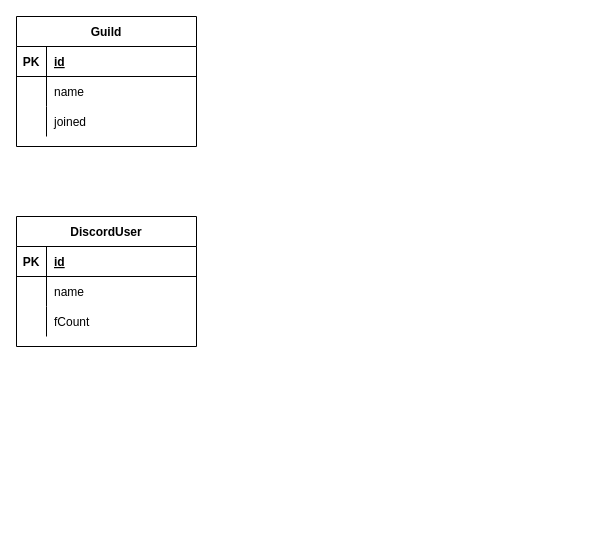
This is discord-f-db.drawio from iliwili/discord-f-bot, a draw.io file, before an edit. Source tidied: cells renumbered, new cells numbered last; positions are measured from the earlier drawing's top-left corner, leaving out a move shared by most shapes. Both pictures are drawn from the tidied source at 100%, with x=0, y=0 at pixel (16, 16).
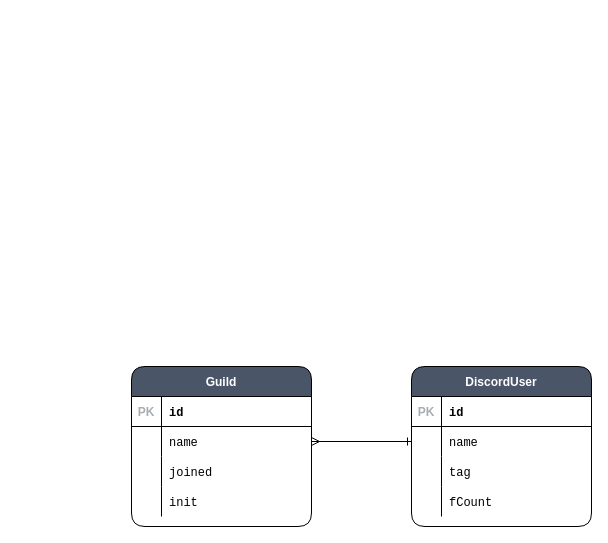
The same page after the edit.

Unchanged cells that the change refers to:
```xml
<mxCell id="3" style="shape=partialRectangle;fillColor=none;top=0;left=0;bottom=1;right=0;" parent="2" vertex="1">
  <mxGeometry y="30" width="180" height="30" as="geometry" />
</mxCell>
<mxCell id="6" style="shape=partialRectangle;fillColor=none;top=0;left=0;bottom=0;right=0;points=[[0,0.5],[1,0.5]];portConstraint=eastwest;" parent="2" vertex="1">
  <mxGeometry y="60" width="180" height="30" as="geometry" />
</mxCell>
<mxCell id="9" style="shape=partialRectangle;fillColor=none;top=0;left=0;bottom=0;right=0;" parent="2" vertex="1">
  <mxGeometry y="90" width="180" height="30" as="geometry" />
</mxCell>
<mxCell id="13" style="shape=partialRectangle;fillColor=none;top=0;left=0;bottom=1;right=0;" parent="12" vertex="1">
  <mxGeometry y="30" width="180" height="30" as="geometry" />
</mxCell>
<mxCell id="16" style="shape=partialRectangle;fillColor=none;top=0;left=0;bottom=0;right=0;points=[[0,0.5],[1,0.5]];portConstraint=eastwest;" parent="12" vertex="1">
  <mxGeometry y="60" width="180" height="30" as="geometry" />
</mxCell>
```

The edit, as a diff of the source:
```diff
@@
+    <mxCell id="22" style="edgeStyle=orthogonalEdgeStyle;rounded=0;jettySize=auto;html=1;exitX=1;exitY=0.5;exitDx=0;exitDy=0;endArrow=ERone;endFill=0;startArrow=ERmany;startFill=0;entryX=0;entryY=0.5;entryDx=0;entryDy=0;" parent="1" edge="1" source="6" target="16">
+      <mxGeometry relative="1" as="geometry" />
+    </mxCell>
-    <mxCell id="2" value="Guild" style="shape=table;startSize=30;childLayout=tableLayout;rowLines=0;fontStyle=1;align=center;" parent="1" vertex="1">
-      <mxGeometry width="180" height="130" as="geometry" />
+    <mxCell id="2" value="Guild" style="shape=table;startSize=30;childLayout=tableLayout;rowLines=0;fontStyle=1;align=center;rounded=1;fillColor=#4A5568;fontColor=#FFFFFF;shadow=0;strokeWidth=1;" parent="1" vertex="1">
+      <mxGeometry x="115" y="350" width="180" height="160" as="geometry" />
     </mxCell>
@@
-    <mxCell id="4" value="PK" style="shape=partialRectangle;fillColor=none;top=0;left=0;bottom=0;right=0;fontStyle=1;overflow=hidden;" parent="3" vertex="1">
+    <mxCell id="4" value="PK" style="shape=partialRectangle;fillColor=none;top=0;left=0;bottom=0;right=0;fontStyle=1;overflow=hidden;fontColor=#A8ADB3;" parent="3" vertex="1">
       <mxGeometry width="30" height="30" as="geometry" />
     </mxCell>
-    <mxCell id="5" value="id" style="shape=partialRectangle;fillColor=none;top=0;left=0;bottom=0;right=0;align=left;spacingLeft=6;fontStyle=5;overflow=hidden;" parent="3" vertex="1">
+    <mxCell id="5" value="id" style="shape=partialRectangle;fillColor=none;top=0;left=0;bottom=0;right=0;align=left;spacingLeft=6;fontStyle=1;overflow=hidden;fontFamily=Courier New;" parent="3" vertex="1">
       <mxGeometry x="30" width="150" height="30" as="geometry" />
     </mxCell>
@@
-    <mxCell id="8" value="name" style="shape=partialRectangle;fillColor=none;top=0;left=0;bottom=0;right=0;align=left;spacingLeft=6;overflow=hidden;" parent="6" vertex="1">
+    <mxCell id="8" value="name" style="shape=partialRectangle;fillColor=none;top=0;left=0;bottom=0;right=0;align=left;spacingLeft=6;overflow=hidden;fontFamily=Courier New;" parent="6" vertex="1">
       <mxGeometry x="30" width="150" height="30" as="geometry" />
     </mxCell>
@@
-    <mxCell id="11" value="joined" style="shape=partialRectangle;fillColor=none;top=0;left=0;bottom=0;right=0;align=left;spacingLeft=6;overflow=hidden;" parent="9" vertex="1">
+    <mxCell id="11" value="joined" style="shape=partialRectangle;fillColor=none;top=0;left=0;bottom=0;right=0;align=left;spacingLeft=6;overflow=hidden;fontFamily=Courier New;" parent="9" vertex="1">
       <mxGeometry x="30" width="150" height="30" as="geometry" />
     </mxCell>
+    <mxCell id="23" style="shape=partialRectangle;fillColor=none;top=0;left=0;bottom=0;right=0;" parent="2" vertex="1">
+      <mxGeometry y="120" width="180" height="30" as="geometry" />
+    </mxCell>
+    <mxCell id="24" style="shape=partialRectangle;fillColor=none;top=0;left=0;bottom=0;right=0;overflow=hidden;" parent="23" vertex="1">
+      <mxGeometry width="30" height="30" as="geometry" />
+    </mxCell>
+    <mxCell id="25" value="init" style="shape=partialRectangle;fillColor=none;top=0;left=0;bottom=0;right=0;align=left;spacingLeft=6;overflow=hidden;fontFamily=Courier New;" parent="23" vertex="1">
+      <mxGeometry x="30" width="150" height="30" as="geometry" />
+    </mxCell>
-    <mxCell id="12" value="DiscordUser" style="shape=table;startSize=30;childLayout=tableLayout;rowLines=0;fontStyle=1;align=center;" parent="1" vertex="1">
-      <mxGeometry y="200" width="180" height="130" as="geometry" />
+    <mxCell id="12" value="DiscordUser" style="shape=table;startSize=30;childLayout=tableLayout;rowLines=0;fontStyle=1;align=center;rounded=1;fillColor=#4A5568;fontColor=#FFFFFF;" parent="1" vertex="1">
+      <mxGeometry x="395" y="350" width="180" height="160" as="geometry" />
     </mxCell>
@@
-    <mxCell id="14" value="PK" style="shape=partialRectangle;fillColor=none;top=0;left=0;bottom=0;right=0;fontStyle=1;overflow=hidden;" parent="13" vertex="1">
+    <mxCell id="14" value="PK" style="shape=partialRectangle;fillColor=none;top=0;left=0;bottom=0;right=0;fontStyle=1;overflow=hidden;fontColor=#A8ADB3;" parent="13" vertex="1">
       <mxGeometry width="30" height="30" as="geometry" />
     </mxCell>
-    <mxCell id="15" value="id" style="shape=partialRectangle;fillColor=none;top=0;left=0;bottom=0;right=0;align=left;spacingLeft=6;fontStyle=5;overflow=hidden;" parent="13" vertex="1">
+    <mxCell id="15" value="id" style="shape=partialRectangle;fillColor=none;top=0;left=0;bottom=0;right=0;align=left;spacingLeft=6;fontStyle=1;overflow=hidden;fontFamily=Courier New;" parent="13" vertex="1">
       <mxGeometry x="30" width="150" height="30" as="geometry" />
     </mxCell>
@@
-    <mxCell id="18" value="name" style="shape=partialRectangle;fillColor=none;top=0;left=0;bottom=0;right=0;align=left;spacingLeft=6;overflow=hidden;" parent="16" vertex="1">
+    <mxCell id="18" value="name" style="shape=partialRectangle;fillColor=none;top=0;left=0;bottom=0;right=0;align=left;spacingLeft=6;overflow=hidden;fontFamily=Courier New;" parent="16" vertex="1">
       <mxGeometry x="30" width="150" height="30" as="geometry" />
     </mxCell>
+    <mxCell id="26" style="shape=partialRectangle;fillColor=none;top=0;left=0;bottom=0;right=0;" parent="12" vertex="1">
+      <mxGeometry y="90" width="180" height="30" as="geometry" />
+    </mxCell>
+    <mxCell id="27" style="shape=partialRectangle;fillColor=none;top=0;left=0;bottom=0;right=0;overflow=hidden;" parent="26" vertex="1">
+      <mxGeometry width="30" height="30" as="geometry" />
+    </mxCell>
+    <mxCell id="28" value="tag" style="shape=partialRectangle;fillColor=none;top=0;left=0;bottom=0;right=0;align=left;spacingLeft=6;overflow=hidden;fontFamily=Courier New;" parent="26" vertex="1">
+      <mxGeometry x="30" width="150" height="30" as="geometry" />
+    </mxCell>
     <mxCell id="19" style="shape=partialRectangle;fillColor=none;top=0;left=0;bottom=0;right=0;" parent="12" vertex="1">
-      <mxGeometry y="90" width="180" height="30" as="geometry" />
+      <mxGeometry y="120" width="180" height="30" as="geometry" />
     </mxCell>
@@
-    <mxCell id="21" value="fCount" style="shape=partialRectangle;fillColor=none;top=0;left=0;bottom=0;right=0;align=left;spacingLeft=6;overflow=hidden;" parent="19" vertex="1">
+    <mxCell id="21" value="fCount" style="shape=partialRectangle;fillColor=none;top=0;left=0;bottom=0;right=0;align=left;spacingLeft=6;overflow=hidden;fontFamily=Courier New;" parent="19" vertex="1">
       <mxGeometry x="30" width="150" height="30" as="geometry" />
     </mxCell>
```
